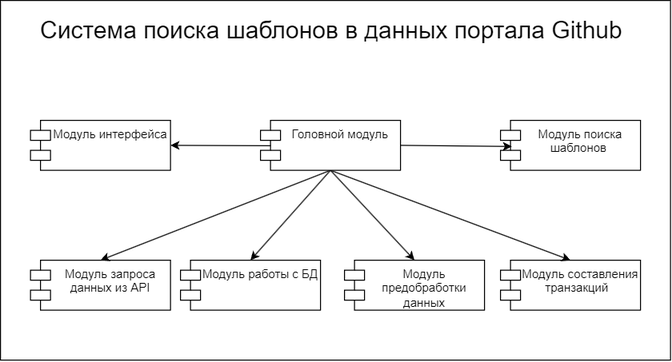
This is docs/Диаграмма классов.png from Santiperro/final-qualifying-work, a draw.io export, as it was before one commit. Source tidied: cells renumbered, new cells last; positions are measured from the earlier drawing's top-left corner, leaving out a move shared by most shapes.
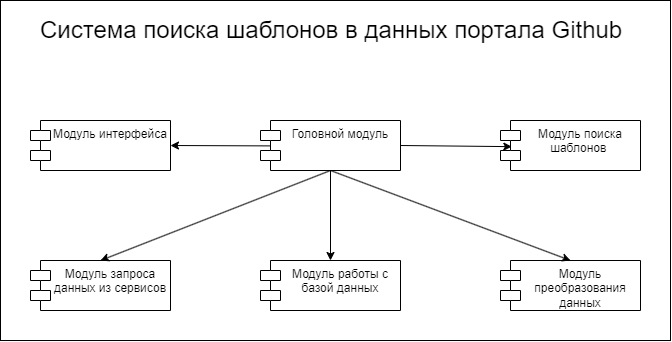
Above is the later version.

The edit, as a diff of the source:
```diff
@@ -3,7 +3,7 @@
     <mxCell id="0" />
     <mxCell id="1" parent="0" />
     <mxCell id="2" style="rounded=0;whiteSpace=wrap;html=1;" parent="1" vertex="1">
-      <mxGeometry width="670" height="360" as="geometry" />
+      <mxGeometry width="670" height="340" as="geometry" />
     </mxCell>
     <mxCell id="3" value="&lt;h1&gt;&lt;span style=&quot;font-weight: 400;&quot;&gt;Система поиска шаблонов в данных портала Github&lt;/span&gt;&lt;/h1&gt;&lt;div&gt;&lt;span style=&quot;font-weight: 400;&quot;&gt;&lt;br&gt;&lt;/span&gt;&lt;/div&gt;" style="text;html=1;strokeColor=none;fillColor=none;spacing=5;spacingTop=-20;whiteSpace=wrap;overflow=hidden;rounded=0;" parent="1" vertex="1">
       <mxGeometry x="35" y="10" width="600" height="60" as="geometry" />
@@ -11,13 +11,10 @@
     <mxCell id="4" value="Модуль интерфейса" style="shape=module;align=left;spacingLeft=20;align=center;verticalAlign=top;whiteSpace=wrap;html=1;" parent="1" vertex="1">
       <mxGeometry x="30" y="120" width="140" height="50" as="geometry" />
     </mxCell>
-    <mxCell id="5" value="Модуль составления транзакций&amp;nbsp;&amp;nbsp;" style="shape=module;align=left;spacingLeft=20;align=center;verticalAlign=top;whiteSpace=wrap;html=1;" parent="1" vertex="1">
-      <mxGeometry x="500" y="260" width="140" height="50" as="geometry" />
-    </mxCell>
-    <mxCell id="6" value="Модуль работы с БД" style="shape=module;align=left;spacingLeft=20;align=center;verticalAlign=top;whiteSpace=wrap;html=1;" parent="1" vertex="1">
-      <mxGeometry x="180" y="260" width="140" height="50" as="geometry" />
+    <mxCell id="6" value="Модуль работы с базой данных" style="shape=module;align=left;spacingLeft=20;align=center;verticalAlign=top;whiteSpace=wrap;html=1;" parent="1" vertex="1">
+      <mxGeometry x="260" y="260" width="140" height="50" as="geometry" />
     </mxCell>
-    <mxCell id="7" value="Модуль запроса данных из API" style="shape=module;align=left;spacingLeft=20;align=center;verticalAlign=top;whiteSpace=wrap;html=1;" parent="1" vertex="1">
+    <mxCell id="7" value="Модуль запроса данных из сервисов" style="shape=module;align=left;spacingLeft=20;align=center;verticalAlign=top;whiteSpace=wrap;html=1;" parent="1" vertex="1">
       <mxGeometry x="30" y="260" width="140" height="50" as="geometry" />
     </mxCell>
     <mxCell id="8" style="endArrow=classic;html=1;rounded=0;exitX=0.5;exitY=1;exitDx=0;exitDy=0;entryX=0.5;entryY=0;entryDx=0;entryDy=0;" parent="1" edge="1" source="15" target="7">
@@ -26,17 +23,14 @@
     <mxCell id="9" style="endArrow=classic;html=1;rounded=0;exitX=0.5;exitY=1;exitDx=0;exitDy=0;entryX=0.5;entryY=0;entryDx=0;entryDy=0;" parent="1" edge="1" source="15" target="6">
       <mxGeometry relative="1" as="geometry" />
     </mxCell>
-    <mxCell id="10" style="endArrow=classic;html=1;rounded=0;entryX=0.5;entryY=0;entryDx=0;entryDy=0;exitX=0.5;exitY=1;exitDx=0;exitDy=0;" parent="1" edge="1" source="15" target="5">
-      <mxGeometry relative="1" as="geometry" />
-    </mxCell>
     <mxCell id="11" value="Модуль поиска шаблонов&amp;nbsp;" style="shape=module;align=left;spacingLeft=20;align=center;verticalAlign=top;whiteSpace=wrap;html=1;" parent="1" vertex="1">
       <mxGeometry x="500" y="120" width="140" height="50" as="geometry" />
     </mxCell>
     <mxCell id="12" style="endArrow=classic;html=1;rounded=0;exitX=1;exitY=0.5;exitDx=0;exitDy=0;entryX=0.081;entryY=0.523;entryDx=0;entryDy=0;entryPerimeter=0;" parent="1" edge="1" source="15" target="11">
       <mxGeometry relative="1" as="geometry" />
     </mxCell>
-    <mxCell id="13" value="Модуль предобработки данных" style="shape=module;align=left;spacingLeft=20;align=center;verticalAlign=top;whiteSpace=wrap;html=1;" parent="1" vertex="1">
-      <mxGeometry x="344" y="260" width="140" height="50" as="geometry" />
+    <mxCell id="13" value="Модуль преобразования данных" style="shape=module;align=left;spacingLeft=20;align=center;verticalAlign=top;whiteSpace=wrap;html=1;" parent="1" vertex="1">
+      <mxGeometry x="500" y="260" width="140" height="50" as="geometry" />
     </mxCell>
     <mxCell id="14" style="endArrow=classic;html=1;rounded=0;entryX=0.5;entryY=0;entryDx=0;entryDy=0;exitX=0.5;exitY=1;exitDx=0;exitDy=0;" parent="1" edge="1" source="15" target="13">
       <mxGeometry relative="1" as="geometry" />
```
